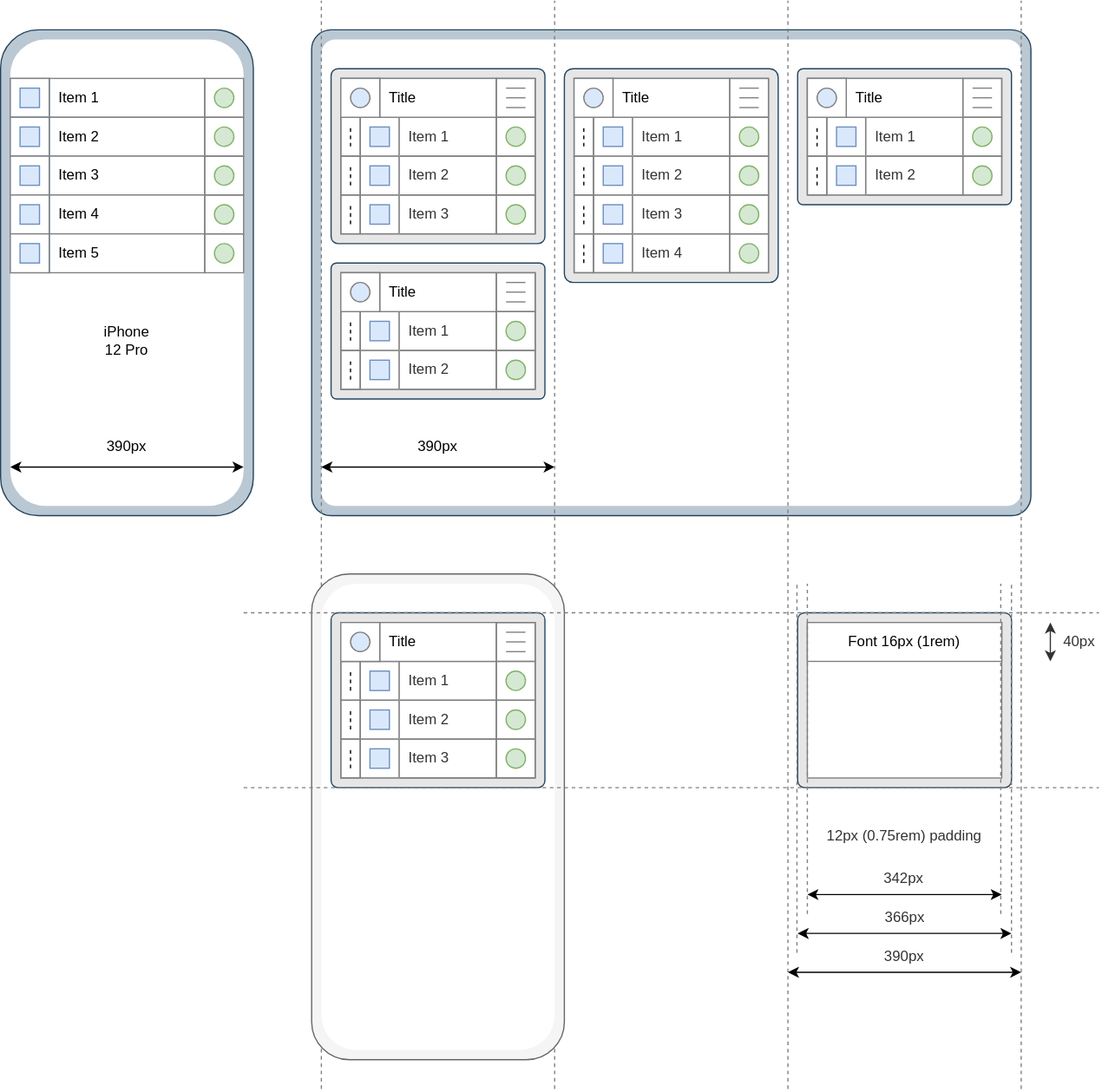
Above: packages/experimental/kai/docs/ux/ux.drawio.svg in dxos/dxos (draw.io), before the change. Source tidied: cells renumbered, new cells last; positions are measured from the earlier drawing's top-left corner, leaving out a move shared by most shapes.
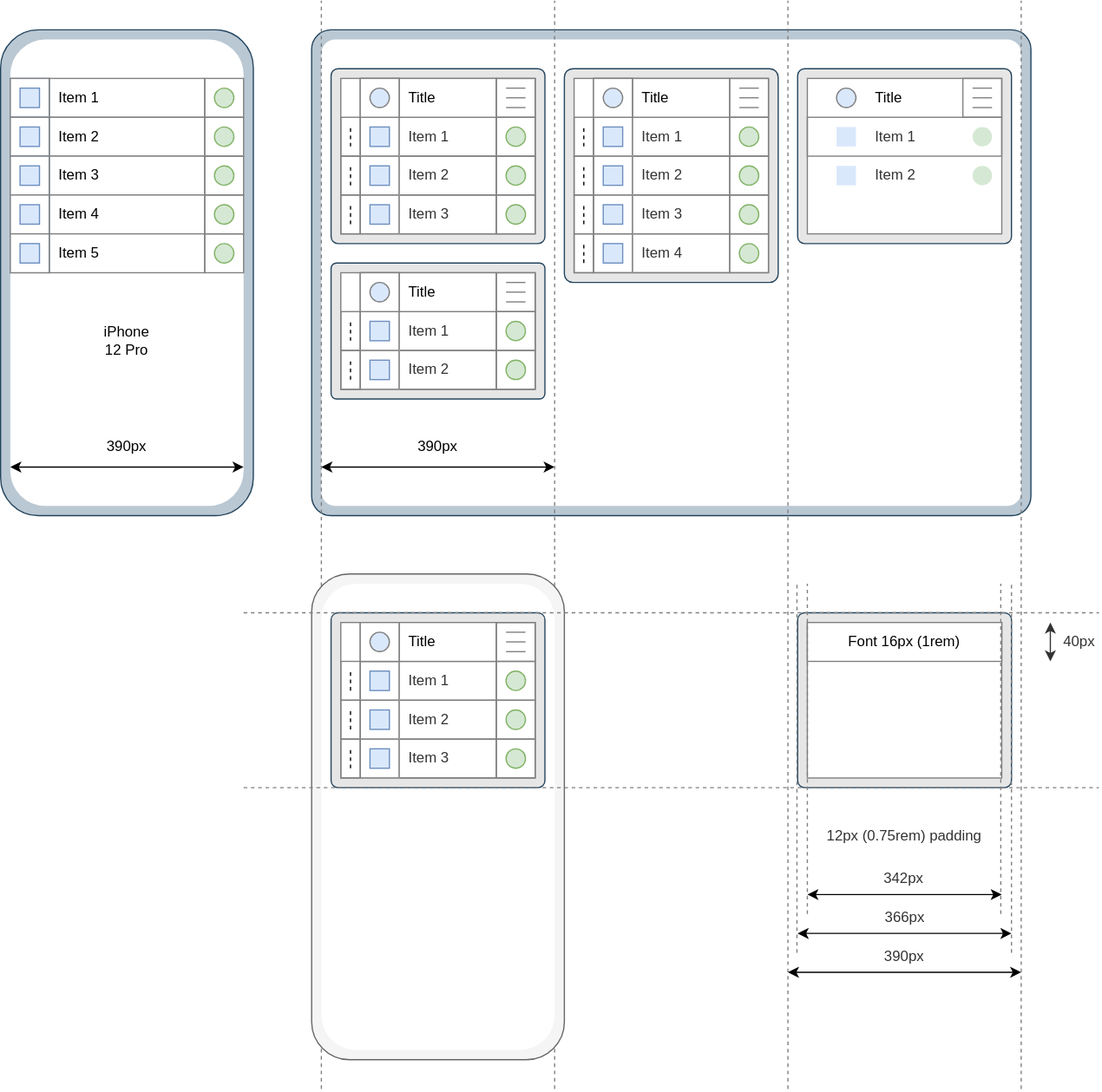
Later version of the same file.

Change to the diagram source:
```diff
@@ -2,10 +2,7 @@
   <root>
     <mxCell id="0" />
     <mxCell id="1" parent="0" />
-    <mxCell id="2" style="rounded=1;whiteSpace=wrap;html=1;glass=0;fillColor=#E6E6E6;strokeColor=#23445d;arcSize=4;" parent="1" vertex="1">
-      <mxGeometry x="656" y="504" width="176" height="144" as="geometry" />
-    </mxCell>
-    <mxCell id="3" style="group;" parent="1" vertex="1">
+    <mxCell id="3" style="group;strokeColor=none;" parent="1" vertex="1">
       <mxGeometry x="256" y="24" width="592" height="400" as="geometry" />
     </mxCell>
     <mxCell id="4" style="rounded=1;whiteSpace=wrap;html=1;glass=0;fillColor=#bac8d3;strokeColor=#23445d;arcSize=4;" parent="3" vertex="1">
@@ -20,7 +17,7 @@
     <mxCell id="7" style="rounded=0;whiteSpace=wrap;html=1;glass=0;strokeColor=#808080;" parent="3" vertex="1">
       <mxGeometry x="216" y="40" width="160" height="160" as="geometry" />
     </mxCell>
-    <mxCell id="8" style="group;" parent="3" vertex="1">
+    <mxCell id="8" style="group;strokeColor=none;" parent="3" vertex="1">
       <mxGeometry x="216" y="72" width="160" height="32" as="geometry" />
     </mxCell>
     <mxCell id="9" value="Item 1" style="rounded=0;whiteSpace=wrap;html=1;glass=0;align=left;spacingLeft=6;fillColor=none;strokeColor=#808080;strokeWidth=1;fontColor=#333333;" parent="8" vertex="1">
@@ -60,7 +57,7 @@
       <mxGeometry x="216" y="40" width="160" height="32" as="geometry" />
     </mxCell>
     <mxCell id="20" value="Title" style="rounded=0;whiteSpace=wrap;html=1;glass=0;align=left;spacingLeft=6;strokeColor=#808080;" parent="19" vertex="1">
-      <mxGeometry x="32" width="96" height="32" as="geometry" />
+      <mxGeometry x="48" width="80" height="32" as="geometry" />
     </mxCell>
     <mxCell id="21" style="group;strokeColor=#808080;" parent="19" vertex="1">
       <mxGeometry x="128" width="32" height="32" as="geometry" />
@@ -83,15 +80,6 @@
         <mxPoint x="24" y="24" as="targetPoint" />
       </mxGeometry>
     </mxCell>
-    <mxCell id="25" style="group;strokeColor=#808080;" parent="19" vertex="1">
-      <mxGeometry width="32" height="32" as="geometry" />
-    </mxCell>
-    <mxCell id="26" style="rounded=0;whiteSpace=wrap;html=1;glass=0;strokeColor=#808080;" parent="25" vertex="1">
-      <mxGeometry width="32" height="32" as="geometry" />
-    </mxCell>
-    <mxCell id="27" style="ellipse;whiteSpace=wrap;html=1;rounded=1;glass=0;strokeColor=#808080;strokeWidth=1;fillColor=#dae8fc;" parent="25" vertex="1">
-      <mxGeometry x="8" y="8" width="16" height="16" as="geometry" />
-    </mxCell>
     <mxCell id="28" style="group;" parent="3" vertex="1">
       <mxGeometry x="216" y="104" width="160" height="32" as="geometry" />
     </mxCell>
@@ -201,52 +189,52 @@
       <mxGeometry x="8" y="8" width="16" height="16" as="geometry" />
     </mxCell>
     <mxCell id="61" style="rounded=1;whiteSpace=wrap;html=1;glass=0;fillColor=#E6E6E6;strokeColor=#23445d;arcSize=4;" parent="3" vertex="1">
-      <mxGeometry x="400" y="32" width="176" height="112" as="geometry" />
+      <mxGeometry x="400" y="32" width="176" height="144" as="geometry" />
     </mxCell>
     <mxCell id="62" style="rounded=0;whiteSpace=wrap;html=1;glass=0;strokeColor=#808080;" parent="3" vertex="1">
-      <mxGeometry x="408" y="40" width="160" height="96" as="geometry" />
+      <mxGeometry x="408" y="40" width="160" height="128" as="geometry" />
     </mxCell>
-    <mxCell id="63" style="group;" parent="3" vertex="1">
+    <mxCell id="63" style="group;strokeColor=#808080;" parent="3" vertex="1">
       <mxGeometry x="408" y="72" width="160" height="32" as="geometry" />
     </mxCell>
-    <mxCell id="64" value="Item 1" style="rounded=0;whiteSpace=wrap;html=1;glass=0;align=left;spacingLeft=6;fillColor=none;strokeColor=#808080;strokeWidth=1;fontColor=#333333;" parent="63" vertex="1">
+    <mxCell id="64" value="Item 1" style="rounded=0;whiteSpace=wrap;html=1;glass=0;align=left;spacingLeft=6;fillColor=none;strokeColor=none;strokeWidth=1;fontColor=#333333;" parent="63" vertex="1">
       <mxGeometry x="48" width="80" height="32" as="geometry" />
     </mxCell>
-    <mxCell id="65" style="group;strokeColor=#E6E6E6;" parent="63" vertex="1">
+    <mxCell id="65" style="group;strokeColor=none;" parent="63" vertex="1">
       <mxGeometry x="16" width="32" height="32" as="geometry" />
     </mxCell>
-    <mxCell id="66" style="rounded=0;whiteSpace=wrap;html=1;glass=0;fillColor=none;strokeColor=#808080;" parent="65" vertex="1">
+    <mxCell id="66" style="rounded=0;whiteSpace=wrap;html=1;glass=0;fillColor=none;strokeColor=none;" parent="65" vertex="1">
       <mxGeometry width="32" height="32" as="geometry" />
     </mxCell>
-    <mxCell id="67" style="rounded=0;whiteSpace=wrap;html=1;glass=0;fillColor=#dae8fc;strokeColor=#6c8ebf;" parent="65" vertex="1">
+    <mxCell id="67" style="rounded=0;whiteSpace=wrap;html=1;glass=0;fillColor=#dae8fc;strokeColor=none;" parent="65" vertex="1">
       <mxGeometry x="8" y="8" width="16" height="16" as="geometry" />
     </mxCell>
-    <mxCell id="68" style="group;" parent="63" vertex="1">
+    <mxCell id="68" style="group;strokeColor=none;" parent="63" vertex="1">
       <mxGeometry width="16" height="32" as="geometry" />
     </mxCell>
-    <mxCell id="69" style="rounded=0;whiteSpace=wrap;html=1;glass=0;strokeColor=#808080;strokeWidth=1;fontColor=#333333;fillColor=none;" parent="68" vertex="1">
+    <mxCell id="69" style="rounded=0;whiteSpace=wrap;html=1;glass=0;strokeColor=none;strokeWidth=1;fontColor=#333333;fillColor=none;" parent="68" vertex="1">
       <mxGeometry width="16" height="32" as="geometry" />
     </mxCell>
-    <mxCell id="70" style="endArrow=none;dashed=1;html=1;strokeWidth=1;fontColor=#333333;" parent="68" edge="1">
+    <mxCell id="70" style="endArrow=none;dashed=1;html=1;strokeWidth=1;fontColor=#333333;strokeColor=none;" parent="68" edge="1">
       <mxGeometry relative="1" as="geometry">
         <mxPoint x="8" y="24" as="sourcePoint" />
         <mxPoint x="8" y="8" as="targetPoint" />
       </mxGeometry>
     </mxCell>
-    <mxCell id="71" style="group;" parent="63" vertex="1">
+    <mxCell id="71" style="group;strokeColor=none;" parent="63" vertex="1">
       <mxGeometry x="128" width="32" height="32" as="geometry" />
     </mxCell>
-    <mxCell id="72" style="rounded=0;whiteSpace=wrap;html=1;glass=0;strokeColor=#808080;strokeWidth=1;fontColor=#333333;fillColor=none;" parent="71" vertex="1">
+    <mxCell id="72" style="rounded=0;whiteSpace=wrap;html=1;glass=0;strokeColor=none;strokeWidth=1;fontColor=#333333;fillColor=none;" parent="71" vertex="1">
       <mxGeometry width="32" height="32" as="geometry" />
     </mxCell>
-    <mxCell id="73" style="ellipse;whiteSpace=wrap;html=1;rounded=1;glass=0;strokeColor=#82b366;strokeWidth=1;fillColor=#d5e8d4;" parent="71" vertex="1">
+    <mxCell id="73" style="ellipse;whiteSpace=wrap;html=1;rounded=1;glass=0;strokeColor=none;strokeWidth=1;fillColor=#d5e8d4;" parent="71" vertex="1">
       <mxGeometry x="8" y="8" width="16" height="16" as="geometry" />
     </mxCell>
-    <mxCell id="74" style="group;" parent="3" vertex="1">
+    <mxCell id="74" style="group;fillColor=none;" parent="3" vertex="1">
       <mxGeometry x="408" y="40" width="160" height="32" as="geometry" />
     </mxCell>
-    <mxCell id="75" value="Title" style="rounded=0;whiteSpace=wrap;html=1;glass=0;align=left;spacingLeft=6;strokeColor=#808080;" parent="74" vertex="1">
-      <mxGeometry x="32" width="96" height="32" as="geometry" />
+    <mxCell id="75" value="Title" style="rounded=0;whiteSpace=wrap;html=1;glass=0;align=left;spacingLeft=6;strokeColor=none;fillColor=none;" parent="74" vertex="1">
+      <mxGeometry x="48" width="80" height="32" as="geometry" />
     </mxCell>
     <mxCell id="76" style="group;strokeColor=#808080;" parent="74" vertex="1">
       <mxGeometry x="128" width="32" height="32" as="geometry" />
@@ -269,51 +257,6 @@
         <mxPoint x="24" y="24" as="targetPoint" />
       </mxGeometry>
     </mxCell>
-    <mxCell id="80" style="group;strokeColor=#808080;" parent="74" vertex="1">
-      <mxGeometry width="32" height="32" as="geometry" />
-    </mxCell>
-    <mxCell id="81" style="rounded=0;whiteSpace=wrap;html=1;glass=0;strokeColor=#808080;" parent="80" vertex="1">
-      <mxGeometry width="32" height="32" as="geometry" />
-    </mxCell>
-    <mxCell id="82" style="ellipse;whiteSpace=wrap;html=1;rounded=1;glass=0;strokeColor=#808080;strokeWidth=1;fillColor=#dae8fc;" parent="80" vertex="1">
-      <mxGeometry x="8" y="8" width="16" height="16" as="geometry" />
-    </mxCell>
-    <mxCell id="83" style="group;" parent="3" vertex="1">
-      <mxGeometry x="408" y="104" width="160" height="32" as="geometry" />
-    </mxCell>
-    <mxCell id="84" value="Item 2" style="rounded=0;whiteSpace=wrap;html=1;glass=0;align=left;spacingLeft=6;fillColor=none;strokeColor=#808080;strokeWidth=1;fontColor=#333333;" parent="83" vertex="1">
-      <mxGeometry x="48" width="80" height="32" as="geometry" />
-    </mxCell>
-    <mxCell id="85" style="group;strokeColor=#E6E6E6;" parent="83" vertex="1">
-      <mxGeometry x="16" width="32" height="32" as="geometry" />
-    </mxCell>
-    <mxCell id="86" style="rounded=0;whiteSpace=wrap;html=1;glass=0;fillColor=none;strokeColor=#808080;" parent="85" vertex="1">
-      <mxGeometry width="32" height="32" as="geometry" />
-    </mxCell>
-    <mxCell id="87" style="rounded=0;whiteSpace=wrap;html=1;glass=0;fillColor=#dae8fc;strokeColor=#6c8ebf;" parent="85" vertex="1">
-      <mxGeometry x="8" y="8" width="16" height="16" as="geometry" />
-    </mxCell>
-    <mxCell id="88" style="group;" parent="83" vertex="1">
-      <mxGeometry width="16" height="32" as="geometry" />
-    </mxCell>
-    <mxCell id="89" style="rounded=0;whiteSpace=wrap;html=1;glass=0;strokeColor=#808080;strokeWidth=1;fontColor=#333333;fillColor=none;" parent="88" vertex="1">
-      <mxGeometry width="16" height="32" as="geometry" />
-    </mxCell>
-    <mxCell id="90" style="endArrow=none;dashed=1;html=1;strokeWidth=1;fontColor=#333333;" parent="88" edge="1">
-      <mxGeometry relative="1" as="geometry">
-        <mxPoint x="8" y="24" as="sourcePoint" />
-        <mxPoint x="8" y="8" as="targetPoint" />
-      </mxGeometry>
-    </mxCell>
-    <mxCell id="91" style="group;" parent="83" vertex="1">
-      <mxGeometry x="128" width="32" height="32" as="geometry" />
-    </mxCell>
-    <mxCell id="92" style="rounded=0;whiteSpace=wrap;html=1;glass=0;strokeColor=#808080;strokeWidth=1;fontColor=#333333;fillColor=none;" parent="91" vertex="1">
-      <mxGeometry width="32" height="32" as="geometry" />
-    </mxCell>
-    <mxCell id="93" style="ellipse;whiteSpace=wrap;html=1;rounded=1;glass=0;strokeColor=#82b366;strokeWidth=1;fillColor=#d5e8d4;" parent="91" vertex="1">
-      <mxGeometry x="8" y="8" width="16" height="16" as="geometry" />
-    </mxCell>
     <mxCell id="94" style="rounded=1;whiteSpace=wrap;html=1;glass=0;fillColor=#E6E6E6;strokeColor=#23445d;arcSize=4;" parent="3" vertex="1">
       <mxGeometry x="16" y="32" width="176" height="144" as="geometry" />
     </mxCell>
@@ -360,7 +303,7 @@
       <mxGeometry x="24" y="40" width="160" height="32" as="geometry" />
     </mxCell>
     <mxCell id="108" value="Title" style="rounded=0;whiteSpace=wrap;html=1;glass=0;align=left;spacingLeft=6;strokeColor=#808080;" parent="107" vertex="1">
-      <mxGeometry x="32" width="96" height="32" as="geometry" />
+      <mxGeometry x="48" width="80" height="32" as="geometry" />
     </mxCell>
     <mxCell id="109" style="group;strokeColor=#808080;" parent="107" vertex="1">
       <mxGeometry x="128" width="32" height="32" as="geometry" />
@@ -384,7 +327,7 @@
       </mxGeometry>
     </mxCell>
     <mxCell id="113" style="group;strokeColor=#808080;" parent="107" vertex="1">
-      <mxGeometry width="32" height="32" as="geometry" />
+      <mxGeometry x="16" width="32" height="32" as="geometry" />
     </mxCell>
     <mxCell id="114" style="rounded=0;whiteSpace=wrap;html=1;glass=0;strokeColor=#808080;" parent="113" vertex="1">
       <mxGeometry width="32" height="32" as="geometry" />
@@ -510,7 +453,7 @@
       <mxGeometry x="24" y="200" width="160" height="32" as="geometry" />
     </mxCell>
     <mxCell id="152" value="Title" style="rounded=0;whiteSpace=wrap;html=1;glass=0;align=left;spacingLeft=6;strokeColor=#808080;" parent="151" vertex="1">
-      <mxGeometry x="32" width="96" height="32" as="geometry" />
+      <mxGeometry x="48" width="80" height="32" as="geometry" />
     </mxCell>
     <mxCell id="153" style="group;strokeColor=#808080;" parent="151" vertex="1">
       <mxGeometry x="128" width="32" height="32" as="geometry" />
@@ -534,7 +477,7 @@
       </mxGeometry>
     </mxCell>
     <mxCell id="157" style="group;strokeColor=#808080;" parent="151" vertex="1">
-      <mxGeometry width="32" height="32" as="geometry" />
+      <mxGeometry x="16" width="32" height="32" as="geometry" />
     </mxCell>
     <mxCell id="158" style="rounded=0;whiteSpace=wrap;html=1;glass=0;strokeColor=#808080;" parent="157" vertex="1">
       <mxGeometry width="32" height="32" as="geometry" />
@@ -590,6 +533,57 @@
     <mxCell id="173" value="390px" style="text;html=1;strokeColor=none;fillColor=none;align=center;verticalAlign=middle;whiteSpace=wrap;rounded=0;glass=0;" parent="171" vertex="1">
       <mxGeometry x="64" width="64" height="30" as="geometry" />
     </mxCell>
+    <mxCell id="80" style="group;strokeColor=none;" parent="3" vertex="1">
+      <mxGeometry x="424" y="40" width="32" height="32" as="geometry" />
+    </mxCell>
+    <mxCell id="82" style="ellipse;whiteSpace=wrap;html=1;rounded=1;glass=0;strokeColor=#808080;strokeWidth=1;fillColor=#dae8fc;" parent="80" vertex="1">
+      <mxGeometry x="8" y="8" width="16" height="16" as="geometry" />
+    </mxCell>
+    <mxCell id="25" style="group;strokeColor=#808080;" parent="3" vertex="1">
+      <mxGeometry x="232" y="40" width="32" height="32" as="geometry" />
+    </mxCell>
+    <mxCell id="26" style="rounded=0;whiteSpace=wrap;html=1;glass=0;strokeColor=#808080;" parent="25" vertex="1">
+      <mxGeometry width="32" height="32" as="geometry" />
+    </mxCell>
+    <mxCell id="27" style="ellipse;whiteSpace=wrap;html=1;rounded=1;glass=0;strokeColor=#808080;strokeWidth=1;fillColor=#dae8fc;" parent="25" vertex="1">
+      <mxGeometry x="8" y="8" width="16" height="16" as="geometry" />
+    </mxCell>
+    <mxCell id="84" value="Item 2" style="rounded=0;whiteSpace=wrap;html=1;glass=0;align=left;spacingLeft=6;fillColor=none;strokeColor=none;strokeWidth=1;fontColor=#333333;" parent="3" vertex="1">
+      <mxGeometry x="456" y="104" width="80" height="32" as="geometry" />
+    </mxCell>
+    <mxCell id="85" style="group;strokeColor=none;" parent="3" vertex="1">
+      <mxGeometry x="424" y="104" width="32" height="32" as="geometry" />
+    </mxCell>
+    <mxCell id="86" style="rounded=0;whiteSpace=wrap;html=1;glass=0;fillColor=none;strokeColor=none;" parent="85" vertex="1">
+      <mxGeometry width="32" height="32" as="geometry" />
+    </mxCell>
+    <mxCell id="87" style="rounded=0;whiteSpace=wrap;html=1;glass=0;fillColor=#dae8fc;strokeColor=none;" parent="85" vertex="1">
+      <mxGeometry x="8" y="8" width="16" height="16" as="geometry" />
+    </mxCell>
+    <mxCell id="88" style="group;strokeColor=none;" parent="3" vertex="1">
+      <mxGeometry x="408" y="104" width="16" height="32" as="geometry" />
+    </mxCell>
+    <mxCell id="89" style="rounded=0;whiteSpace=wrap;html=1;glass=0;strokeColor=none;strokeWidth=1;fontColor=#333333;fillColor=none;" parent="88" vertex="1">
+      <mxGeometry width="16" height="32" as="geometry" />
+    </mxCell>
+    <mxCell id="90" style="endArrow=none;dashed=1;html=1;strokeWidth=1;fontColor=#333333;strokeColor=none;" parent="88" edge="1">
+      <mxGeometry relative="1" as="geometry">
+        <mxPoint x="8" y="24" as="sourcePoint" />
+        <mxPoint x="8" y="8" as="targetPoint" />
+      </mxGeometry>
+    </mxCell>
+    <mxCell id="91" style="group;strokeColor=none;" parent="3" vertex="1">
+      <mxGeometry x="536" y="104" width="32" height="32" as="geometry" />
+    </mxCell>
+    <mxCell id="92" style="rounded=0;whiteSpace=wrap;html=1;glass=0;strokeColor=none;strokeWidth=1;fontColor=#333333;fillColor=none;" parent="91" vertex="1">
+      <mxGeometry width="32" height="32" as="geometry" />
+    </mxCell>
+    <mxCell id="93" style="ellipse;whiteSpace=wrap;html=1;rounded=1;glass=0;strokeColor=none;strokeWidth=1;fillColor=#d5e8d4;" parent="91" vertex="1">
+      <mxGeometry x="8" y="8" width="16" height="16" as="geometry" />
+    </mxCell>
+    <mxCell id="2" style="rounded=1;whiteSpace=wrap;html=1;glass=0;fillColor=#E6E6E6;strokeColor=#23445d;arcSize=4;" parent="1" vertex="1">
+      <mxGeometry x="656" y="504" width="176" height="144" as="geometry" />
+    </mxCell>
     <mxCell id="174" style="group;" parent="1" vertex="1">
       <mxGeometry y="24" width="208" height="400" as="geometry" />
     </mxCell>
@@ -810,7 +804,7 @@
       <mxGeometry x="280" y="512" width="160" height="32" as="geometry" />
     </mxCell>
     <mxCell id="241" value="Title" style="rounded=0;whiteSpace=wrap;html=1;glass=0;align=left;spacingLeft=6;strokeColor=#808080;" parent="240" vertex="1">
-      <mxGeometry x="32" width="96" height="32" as="geometry" />
+      <mxGeometry x="48" width="80" height="32" as="geometry" />
     </mxCell>
     <mxCell id="242" style="group;strokeColor=#808080;" parent="240" vertex="1">
       <mxGeometry x="128" width="32" height="32" as="geometry" />
@@ -834,7 +828,7 @@
       </mxGeometry>
     </mxCell>
     <mxCell id="246" style="group;strokeColor=#808080;" parent="240" vertex="1">
-      <mxGeometry width="32" height="32" as="geometry" />
+      <mxGeometry x="16" width="32" height="32" as="geometry" />
     </mxCell>
     <mxCell id="247" style="rounded=0;whiteSpace=wrap;html=1;glass=0;strokeColor=#808080;" parent="246" vertex="1">
       <mxGeometry width="32" height="32" as="geometry" />
```
